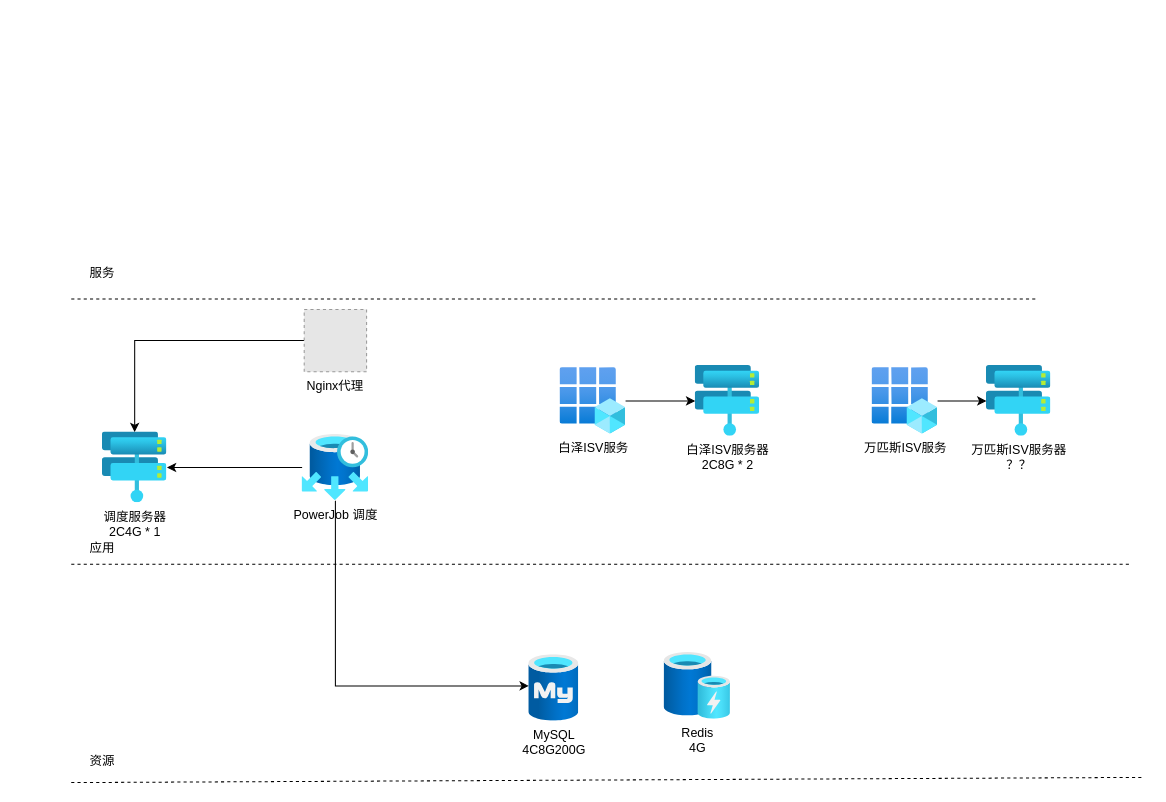
The draw.io diagram page "第 6 页" (6 of 6) of ISV 对接.drawio in shixw/drawio-depository, before the edit. Source tidied: cells renumbered, new cells numbered last; positions are measured from the earlier drawing's top-left corner, leaving out a move shared by most shapes. Both pictures are drawn from the tidied source at 104%, with x=0, y=0 at pixel (71, 257). Pictures stored in the file or linked from it are replaced by grey dashed boxes.
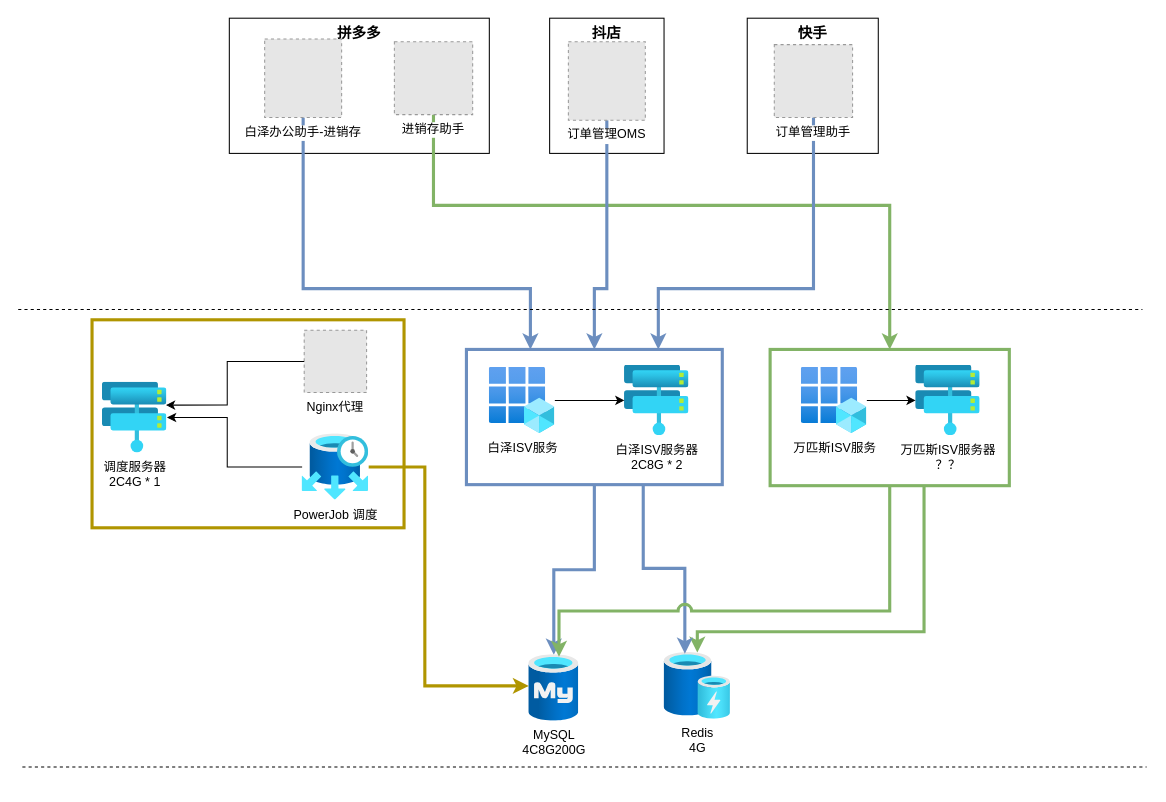
The same page after the edit.

Unchanged cells that the change refers to:
```xml
<mxCell id="9" value="MySQL&lt;br&gt;4C8G200G" style="image;html=1;points=[];align=center;fontSize=12;image=img/lib/azure2/databases/Azure_Database_MySQL_Server.svg;" parent="1" vertex="1">
  <mxGeometry x="440" y="382" width="48" height="64" as="geometry" />
</mxCell>
<mxCell id="16" value="Redis&lt;br style=&quot;border-color: var(--border-color);&quot;&gt;4G" style="image;html=1;points=[];align=center;fontSize=12;image=img/lib/azure2/general/Cache.svg;" parent="1" vertex="1">
  <mxGeometry x="570" y="380" width="64" height="64" as="geometry" />
</mxCell>
```

What changed in the source:
```diff
@@
-    <mxCell id="2" style="endArrow=none;dashed=1;html=1;rounded=0;" parent="1" edge="1">
-      <mxGeometry relative="1" as="geometry">
-        <mxPoint y="40" as="sourcePoint" />
-        <mxPoint x="930" y="40" as="targetPoint" />
-      </mxGeometry>
-    </mxCell>
-    <mxCell id="3" style="endArrow=none;dashed=1;html=1;rounded=0;" parent="1" edge="1">
-      <mxGeometry relative="1" as="geometry">
-        <mxPoint y="295" as="sourcePoint" />
-        <mxPoint x="1020" y="295" as="targetPoint" />
-      </mxGeometry>
-    </mxCell>
-    <mxCell id="4" style="endArrow=none;dashed=1;html=1;rounded=0;" parent="1" edge="1">
-      <mxGeometry relative="1" as="geometry">
-        <mxPoint y="505" as="sourcePoint" />
-        <mxPoint x="1030" y="500" as="targetPoint" />
-      </mxGeometry>
-    </mxCell>
-    <mxCell id="5" value="资源" style="text;html=1;strokeColor=none;fillColor=none;align=center;verticalAlign=middle;whiteSpace=wrap;rounded=0;" parent="1" vertex="1">
-      <mxGeometry y="470" width="60" height="30" as="geometry" />
-    </mxCell>
-    <mxCell id="6" value="应用" style="text;html=1;strokeColor=none;fillColor=none;align=center;verticalAlign=middle;whiteSpace=wrap;rounded=0;" parent="1" vertex="1">
-      <mxGeometry y="265" width="60" height="30" as="geometry" />
-    </mxCell>
-    <mxCell id="7" value="服务" style="text;html=1;strokeColor=none;fillColor=none;align=center;verticalAlign=middle;whiteSpace=wrap;rounded=0;" parent="1" vertex="1">
-      <mxGeometry width="60" height="30" as="geometry" />
-    </mxCell>
+    <mxCell id="22" style="rounded=0;whiteSpace=wrap;html=1;fillColor=none;fontColor=#000000;strokeColor=#B09500;strokeWidth=3;" parent="1" vertex="1">
+      <mxGeometry x="20" y="60" width="300" height="200" as="geometry" />
+    </mxCell>
+    <mxCell id="23" style="edgeStyle=orthogonalEdgeStyle;rounded=0;jettySize=auto;html=1;fillColor=#d5e8d4;strokeColor=#82b366;strokeWidth=3;" parent="1" edge="1" source="24" target="16">
+      <mxGeometry relative="1" as="geometry">
+        <Array as="points">
+          <mxPoint x="820" y="360" />
+          <mxPoint x="602" y="360" />
+        </Array>
+      </mxGeometry>
+    </mxCell>
+    <mxCell id="24" style="rounded=0;whiteSpace=wrap;html=1;fillColor=none;strokeColor=#82b366;strokeWidth=3;" parent="1" vertex="1">
+      <mxGeometry x="672" y="88.5" width="230" height="131" as="geometry" />
+    </mxCell>
+    <mxCell id="25" style="edgeStyle=orthogonalEdgeStyle;rounded=0;jettySize=auto;html=1;fillColor=#dae8fc;strokeColor=#6c8ebf;strokeWidth=3;" parent="1" edge="1" source="26" target="9">
+      <mxGeometry relative="1" as="geometry" />
+    </mxCell>
+    <mxCell id="26" style="rounded=0;whiteSpace=wrap;html=1;fillColor=none;strokeWidth=3;strokeColor=#6c8ebf;" parent="1" vertex="1">
+      <mxGeometry x="380" y="88.5" width="246" height="130" as="geometry" />
+    </mxCell>
     <mxCell id="8" value="调度服务器&lt;br&gt;2C4G * 1" style="image;html=1;points=[];align=center;fontSize=12;image=img/lib/azure2/compute/Host_Groups.svg;" parent="1" vertex="1">
-      <mxGeometry x="30" y="168" width="62" height="68" as="geometry" />
+      <mxGeometry x="30" y="120" width="62" height="68" as="geometry" />
     </mxCell>
@@
     <mxCell id="10" value="白泽ISV服务器&lt;br&gt;2C8G * 2" style="image;html=1;points=[];align=center;fontSize=12;image=img/lib/azure2/compute/Host_Groups.svg;" parent="1" vertex="1">
-      <mxGeometry x="600" y="104" width="62" height="68" as="geometry" />
+      <mxGeometry x="532" y="103.5" width="62" height="68" as="geometry" />
     </mxCell>
     <mxCell id="11" value="万匹斯ISV服务器&lt;br&gt;？？" style="image;html=1;points=[];align=center;fontSize=12;image=img/lib/azure2/compute/Host_Groups.svg;" parent="1" vertex="1">
-      <mxGeometry x="880" y="104" width="62" height="68" as="geometry" />
+      <mxGeometry x="812" y="103.5" width="62" height="68" as="geometry" />
     </mxCell>
     <mxCell id="12" value="PowerJob 调度" style="image;html=1;points=[];align=center;fontSize=12;image=img/lib/azure2/databases/Elastic_Job_Agents.svg;" parent="1" vertex="1">
-      <mxGeometry x="222" y="170" width="64" height="64" as="geometry" />
+      <mxGeometry x="222" y="169.5" width="64" height="64" as="geometry" />
     </mxCell>
-    <mxCell id="13" style="edgeStyle=orthogonalEdgeStyle;rounded=0;jettySize=auto;html=1;entryX=0;entryY=0.469;entryDx=0;entryDy=0;entryPerimeter=0;" parent="1" edge="1" source="12" target="9">
+    <mxCell id="13" style="edgeStyle=orthogonalEdgeStyle;rounded=0;jettySize=auto;html=1;entryX=0;entryY=0.469;entryDx=0;entryDy=0;entryPerimeter=0;fillColor=#e3c800;strokeColor=#B09500;strokeWidth=3;" parent="1" edge="1" source="12" target="9">
       <mxGeometry relative="1" as="geometry">
         <Array as="points">
-          <mxPoint x="254" y="412" />
+          <mxPoint x="340" y="202" />
+          <mxPoint x="340" y="412" />
         </Array>
       </mxGeometry>
     </mxCell>
-    <mxCell id="14" style="edgeStyle=orthogonalEdgeStyle;rounded=0;jettySize=auto;html=1;" parent="1" edge="1" source="15" target="8">
-      <mxGeometry relative="1" as="geometry" />
-    </mxCell>
     <mxCell id="15" value="Nginx代理" style="fillColor=#E6E6E6;strokeColor=#999999;dashed=1;verticalLabelPosition=bottom;labelBackgroundColor=default;verticalAlign=top;" parent="1" vertex="1">
-      <mxGeometry x="224" y="50" width="60" height="60" as="geometry" />
+      <mxGeometry x="224" y="70" width="60" height="60" as="geometry" />
     </mxCell>
@@
     <mxCell id="18" value="白泽ISV服务" style="image;html=1;points=[];align=center;fontSize=12;image=img/lib/azure2/identity/App_Registrations.svg;" parent="1" vertex="1">
-      <mxGeometry x="470" y="106" width="63" height="64" as="geometry" />
+      <mxGeometry x="402" y="105.5" width="63" height="64" as="geometry" />
     </mxCell>
@@
     <mxCell id="21" value="万匹斯ISV服务" style="image;html=1;points=[];align=center;fontSize=12;image=img/lib/azure2/identity/App_Registrations.svg;" parent="1" vertex="1">
-      <mxGeometry x="770" y="106" width="63" height="64" as="geometry" />
+      <mxGeometry x="702" y="105.5" width="63" height="64" as="geometry" />
     </mxCell>
+    <mxCell id="27" style="edgeStyle=orthogonalEdgeStyle;rounded=0;jettySize=auto;html=1;fillColor=#dae8fc;strokeColor=#6c8ebf;strokeWidth=3;" parent="1" edge="1" source="26">
+      <mxGeometry relative="1" as="geometry">
+        <mxPoint x="590" y="381" as="targetPoint" />
+        <Array as="points">
+          <mxPoint x="550" y="299" />
+          <mxPoint x="590" y="299" />
+          <mxPoint x="590" y="381" />
+        </Array>
+      </mxGeometry>
+    </mxCell>
+    <mxCell id="28" style="edgeStyle=orthogonalEdgeStyle;rounded=0;jettySize=auto;html=1;entryX=0.604;entryY=0.031;entryDx=0;entryDy=0;entryPerimeter=0;jumpStyle=arc;jumpSize=9;fillColor=#d5e8d4;strokeColor=#82b366;strokeWidth=3;" parent="1" edge="1" source="24" target="9">
+      <mxGeometry relative="1" as="geometry">
+        <Array as="points">
+          <mxPoint x="787" y="340" />
+          <mxPoint x="469" y="340" />
+        </Array>
+      </mxGeometry>
+    </mxCell>
+    <mxCell id="14" style="edgeStyle=orthogonalEdgeStyle;rounded=0;jettySize=auto;html=1;entryX=0.984;entryY=0.324;entryDx=0;entryDy=0;entryPerimeter=0;exitX=0;exitY=0.5;exitDx=0;exitDy=0;" parent="1" edge="1" source="15" target="8">
+      <mxGeometry relative="1" as="geometry">
+        <Array as="points">
+          <mxPoint x="150" y="100" />
+          <mxPoint x="150" y="142" />
+        </Array>
+      </mxGeometry>
+    </mxCell>
+    <mxCell id="29" value="拼多多" style="rounded=0;whiteSpace=wrap;html=1;fillColor=none;verticalAlign=top;fontSize=14;fontStyle=1;" parent="1" vertex="1">
+      <mxGeometry x="152" y="-230" width="250" height="130" as="geometry" />
+    </mxCell>
+    <mxCell id="30" value="抖店" style="rounded=0;whiteSpace=wrap;html=1;fillColor=none;verticalAlign=top;fontSize=14;fontStyle=1;" parent="1" vertex="1">
+      <mxGeometry x="460" y="-230" width="110" height="130" as="geometry" />
+    </mxCell>
+    <mxCell id="31" value="快手" style="rounded=0;whiteSpace=wrap;html=1;fillColor=none;verticalAlign=top;fontSize=14;fontStyle=1;" parent="1" vertex="1">
+      <mxGeometry x="650" y="-230" width="126" height="130" as="geometry" />
+    </mxCell>
+    <mxCell id="32" style="edgeStyle=orthogonalEdgeStyle;rounded=0;jettySize=auto;html=1;entryX=0.25;entryY=0;entryDx=0;entryDy=0;fillColor=#dae8fc;strokeColor=#6c8ebf;strokeWidth=3;" parent="1" edge="1" source="33" target="26">
+      <mxGeometry relative="1" as="geometry">
+        <Array as="points">
+          <mxPoint x="223" y="30" />
+          <mxPoint x="442" y="30" />
+        </Array>
+      </mxGeometry>
+    </mxCell>
+    <mxCell id="33" value="白泽办公助手-进销存" style="fillColor=#E6E6E6;strokeColor=#999999;dashed=1;verticalLabelPosition=bottom;labelBackgroundColor=default;verticalAlign=top;align=center;" parent="1" vertex="1">
+      <mxGeometry x="186" y="-210" width="74" height="75.4" as="geometry" />
+    </mxCell>
+    <mxCell id="34" style="edgeStyle=orthogonalEdgeStyle;rounded=0;jettySize=auto;html=1;fillColor=#d5e8d4;strokeColor=#82b366;strokeWidth=3;" parent="1" edge="1" source="35" target="24">
+      <mxGeometry relative="1" as="geometry">
+        <Array as="points">
+          <mxPoint x="348" y="-50" />
+          <mxPoint x="787" y="-50" />
+        </Array>
+      </mxGeometry>
+    </mxCell>
+    <mxCell id="35" value="进销存助手" style="fillColor=#E6E6E6;strokeColor=#999999;dashed=1;verticalLabelPosition=bottom;labelBackgroundColor=default;verticalAlign=top;align=center;" parent="1" vertex="1">
+      <mxGeometry x="310.7" y="-207.3" width="75.3" height="70" as="geometry" />
+    </mxCell>
+    <mxCell id="36" style="edgeStyle=orthogonalEdgeStyle;rounded=0;jettySize=auto;html=1;entryX=0.75;entryY=0;entryDx=0;entryDy=0;fillColor=#dae8fc;strokeColor=#6c8ebf;strokeWidth=3;" parent="1" edge="1" source="37" target="26">
+      <mxGeometry relative="1" as="geometry">
+        <Array as="points">
+          <mxPoint x="714" y="30" />
+          <mxPoint x="565" y="30" />
+        </Array>
+      </mxGeometry>
+    </mxCell>
+    <mxCell id="37" value="订单管理助手" style="fillColor=#E6E6E6;strokeColor=#999999;dashed=1;verticalLabelPosition=bottom;labelBackgroundColor=default;verticalAlign=top;align=center;" parent="1" vertex="1">
+      <mxGeometry x="676" y="-204.6" width="75.3" height="70" as="geometry" />
+    </mxCell>
+    <mxCell id="38" style="edgeStyle=orthogonalEdgeStyle;rounded=0;jettySize=auto;html=1;fillColor=#dae8fc;strokeColor=#6c8ebf;strokeWidth=3;" parent="1" edge="1" source="39" target="26">
+      <mxGeometry relative="1" as="geometry">
+        <Array as="points">
+          <mxPoint x="515" y="30" />
+          <mxPoint x="503" y="30" />
+        </Array>
+      </mxGeometry>
+    </mxCell>
+    <mxCell id="39" value="订单管理OMS" style="fillColor=#E6E6E6;strokeColor=#999999;dashed=1;verticalLabelPosition=bottom;labelBackgroundColor=default;verticalAlign=top;align=center;" parent="1" vertex="1">
+      <mxGeometry x="478" y="-207.3" width="74" height="75.4" as="geometry" />
+    </mxCell>
+    <mxCell id="40" style="endArrow=none;dashed=1;html=1;rounded=0;" parent="1" edge="1">
+      <mxGeometry relative="1" as="geometry">
+        <mxPoint x="-51" y="50" as="sourcePoint" />
+        <mxPoint x="1030" y="50" as="targetPoint" />
+      </mxGeometry>
+    </mxCell>
+    <mxCell id="41" style="endArrow=none;dashed=1;html=1;rounded=0;" parent="1" edge="1">
+      <mxGeometry relative="1" as="geometry">
+        <mxPoint x="-47" y="490" as="sourcePoint" />
+        <mxPoint x="1034" y="490" as="targetPoint" />
+      </mxGeometry>
+    </mxCell>
```
